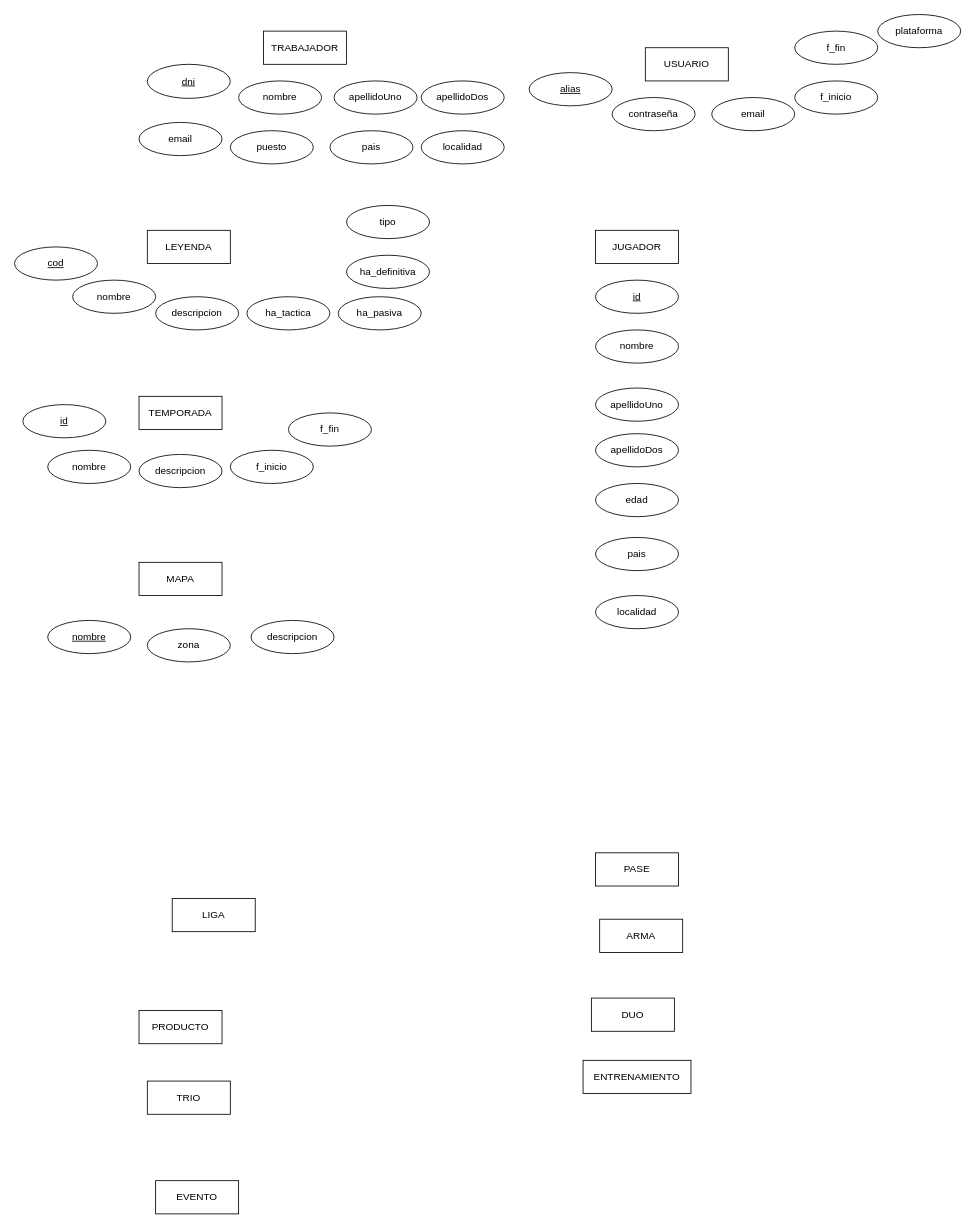
Earlier version of the draw.io diagram modelo_entidad_relacion/modelo_entidad_relacion.drawio (raulgp97/base_de_datos_apex_leyends). Source tidied: cells renumbered, new cells numbered last; positions are measured from the earlier drawing's top-left corner, leaving out a move shared by most shapes. Both pictures are drawn from the tidied source at 83%, with x=0, y=0 at pixel (14, 14).
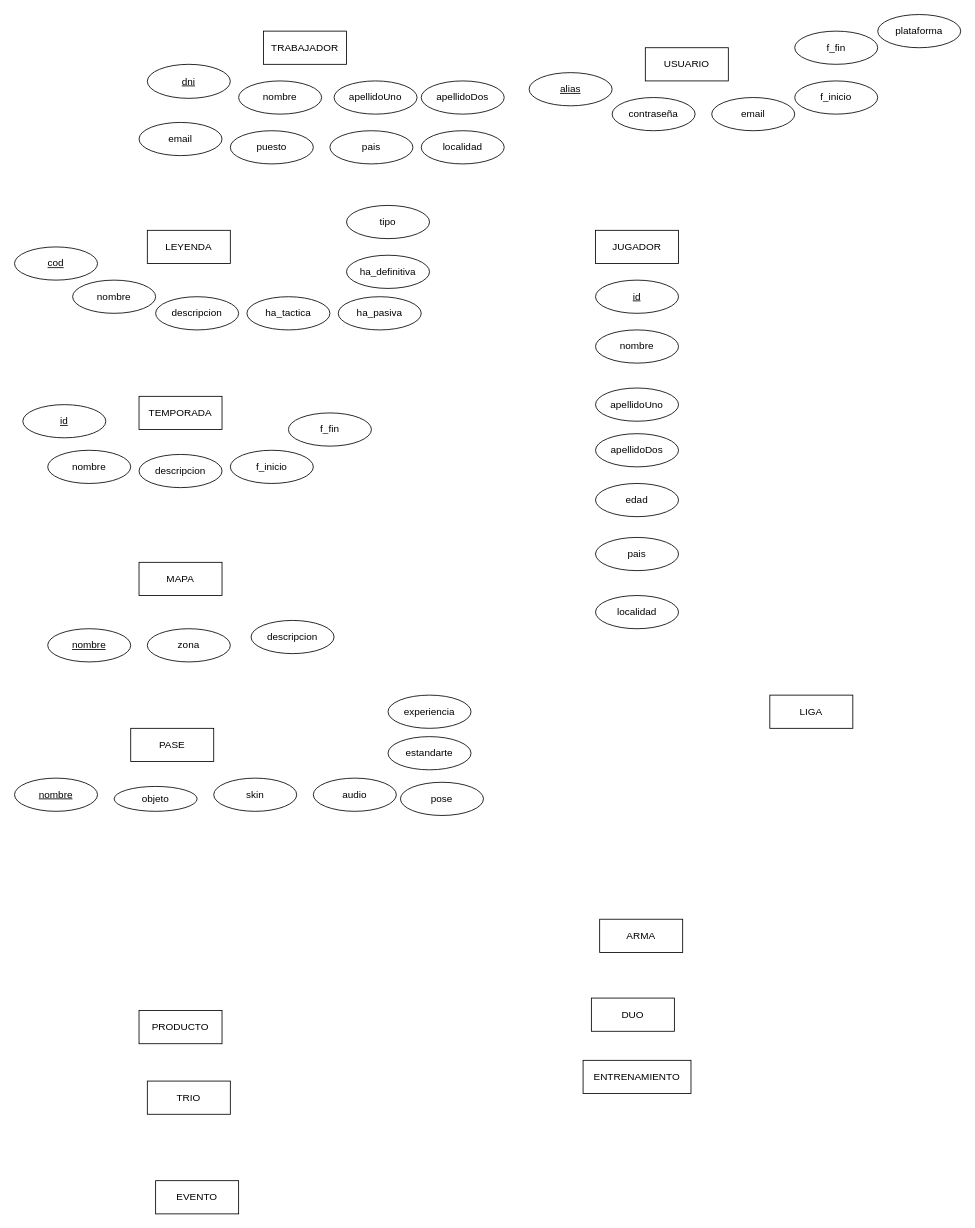
Above is the later version.

Commit message:
Entidad pase

He añadido los atributos de la entidad pase.

The edit, as a diff of the source:
```diff
@@
     <mxCell id="7" value="PASE" style="whiteSpace=wrap;html=1;align=center;" parent="1" vertex="1">
-      <mxGeometry x="700" y="1010" width="100" height="40" as="geometry" />
+      <mxGeometry x="140" y="860" width="100" height="40" as="geometry" />
     </mxCell>
     <mxCell id="8" value="LIGA" style="whiteSpace=wrap;html=1;align=center;" parent="1" vertex="1">
-      <mxGeometry x="190" y="1065" width="100" height="40" as="geometry" />
+      <mxGeometry x="910" y="820" width="100" height="40" as="geometry" />
     </mxCell>
@@
     <mxCell id="51" value="nombre" style="ellipse;whiteSpace=wrap;html=1;align=center;fontStyle=4;" parent="1" vertex="1">
-      <mxGeometry x="40" y="730" width="100" height="40" as="geometry" />
+      <mxGeometry x="40" y="740" width="100" height="40" as="geometry" />
     </mxCell>
+    <mxCell id="52" value="nombre" style="ellipse;whiteSpace=wrap;html=1;align=center;fontStyle=4;" parent="1" vertex="1">
+      <mxGeometry y="920" width="100" height="40" as="geometry" />
+    </mxCell>
+    <mxCell id="53" value="objeto" style="ellipse;whiteSpace=wrap;html=1;align=center;" parent="1" vertex="1">
+      <mxGeometry x="120" y="930" width="100" height="30" as="geometry" />
+    </mxCell>
+    <mxCell id="54" value="skin" style="ellipse;whiteSpace=wrap;html=1;align=center;" parent="1" vertex="1">
+      <mxGeometry x="240" y="920" width="100" height="40" as="geometry" />
+    </mxCell>
+    <mxCell id="55" value="audio" style="ellipse;whiteSpace=wrap;html=1;align=center;" parent="1" vertex="1">
+      <mxGeometry x="360" y="920" width="100" height="40" as="geometry" />
+    </mxCell>
+    <mxCell id="56" value="pose" style="ellipse;whiteSpace=wrap;html=1;align=center;" parent="1" vertex="1">
+      <mxGeometry x="465" y="925" width="100" height="40" as="geometry" />
+    </mxCell>
+    <mxCell id="57" value="estandarte" style="ellipse;whiteSpace=wrap;html=1;align=center;" parent="1" vertex="1">
+      <mxGeometry x="450" y="870" width="100" height="40" as="geometry" />
+    </mxCell>
+    <mxCell id="58" value="experiencia" style="ellipse;whiteSpace=wrap;html=1;align=center;" parent="1" vertex="1">
+      <mxGeometry x="450" y="820" width="100" height="40" as="geometry" />
+    </mxCell>
```
